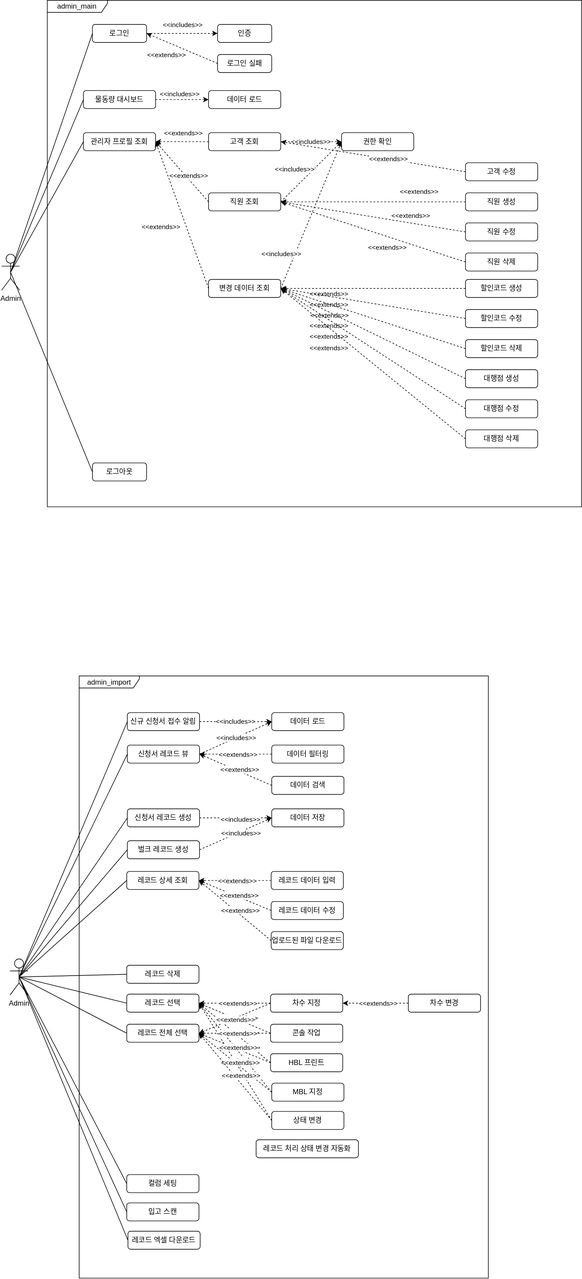
Earlier version of the draw.io export documents/wise_express_usecase.svg (cjungwo/WiseExpressAdminBackend). Source tidied: cells renumbered, new cells last; positions are measured from the earlier drawing's top-left corner, leaving out a move shared by most shapes.
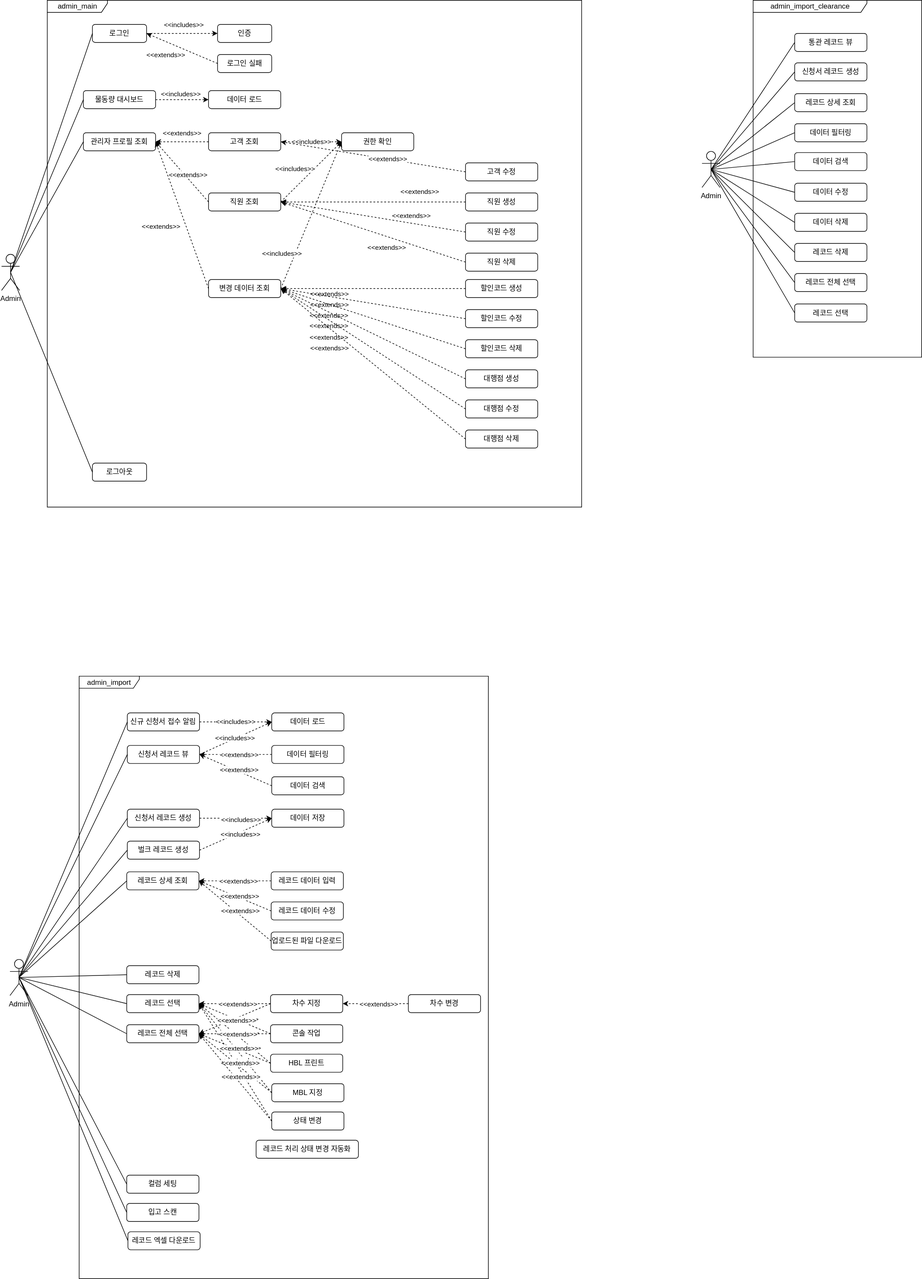
After the change.

Commit message:
#7 - 관리자 사이트 수입 통관 추가: wise_express_usecase.svg

The edit, as a diff of the source:
```diff
@@ -238,6 +238,42 @@
         <mxPoint x="-48" y="61" as="offset" />
       </mxGeometry>
     </mxCell>
+    <mxCell id="151" value="Admin" style="shape=umlActor;verticalLabelPosition=bottom;verticalAlign=top;html=1;outlineConnect=0;" parent="1" vertex="1">
+      <mxGeometry x="1164" y="251" width="30" height="60" as="geometry" />
+    </mxCell>
+    <mxCell id="152" value="admin_import_clearance" style="shape=umlFrame;whiteSpace=wrap;html=1;width=189;height=20;" parent="1" vertex="1">
+      <mxGeometry x="1249" width="280" height="593" as="geometry" />
+    </mxCell>
+    <mxCell id="153" value="통관 레코드 뷰" style="rounded=1;whiteSpace=wrap;html=1;" parent="152" vertex="1">
+      <mxGeometry x="69" y="55" width="120" height="30" as="geometry" />
+    </mxCell>
+    <mxCell id="154" value="신청서 레코드 생성" style="rounded=1;whiteSpace=wrap;html=1;" parent="152" vertex="1">
+      <mxGeometry x="69" y="104" width="120" height="30" as="geometry" />
+    </mxCell>
+    <mxCell id="155" value="데이터 필터링" style="rounded=1;whiteSpace=wrap;html=1;" parent="152" vertex="1">
+      <mxGeometry x="69" y="205" width="120" height="30" as="geometry" />
+    </mxCell>
+    <mxCell id="156" value="레코드 상세 조회" style="rounded=1;whiteSpace=wrap;html=1;" parent="152" vertex="1">
+      <mxGeometry x="69" y="155" width="120" height="30" as="geometry" />
+    </mxCell>
+    <mxCell id="157" value="데이터 검색" style="rounded=1;whiteSpace=wrap;html=1;" parent="152" vertex="1">
+      <mxGeometry x="69" y="253" width="120" height="30" as="geometry" />
+    </mxCell>
+    <mxCell id="158" value="데이터 수정" style="rounded=1;whiteSpace=wrap;html=1;" parent="152" vertex="1">
+      <mxGeometry x="69" y="304" width="120" height="30" as="geometry" />
+    </mxCell>
+    <mxCell id="159" value="데이터 삭제" style="rounded=1;whiteSpace=wrap;html=1;" parent="152" vertex="1">
+      <mxGeometry x="69" y="354" width="120" height="30" as="geometry" />
+    </mxCell>
+    <mxCell id="160" value="레코드 삭제" style="rounded=1;whiteSpace=wrap;html=1;" parent="152" vertex="1">
+      <mxGeometry x="69" y="404" width="120" height="30" as="geometry" />
+    </mxCell>
+    <mxCell id="161" value="레코드 전체 선택" style="rounded=1;whiteSpace=wrap;html=1;" parent="152" vertex="1">
+      <mxGeometry x="69" y="454" width="120" height="30" as="geometry" />
+    </mxCell>
+    <mxCell id="162" value="레코드 선택" style="rounded=1;whiteSpace=wrap;html=1;" parent="152" vertex="1">
+      <mxGeometry x="69" y="504.5" width="120" height="30" as="geometry" />
+    </mxCell>
     <mxCell id="70" style="rounded=0;jettySize=auto;html=1;exitX=0;exitY=0.5;exitDx=0;exitDy=0;entryX=0.5;entryY=0.5;entryDx=0;entryDy=0;entryPerimeter=0;endArrow=none;endFill=0;" parent="1" edge="1" source="7" target="2">
       <mxGeometry relative="1" as="geometry" />
     </mxCell>
@@ -516,5 +552,35 @@
     <mxCell id="150" style="edgeStyle=none;rounded=0;jettySize=auto;html=1;entryX=0.5;entryY=0.5;entryDx=0;entryDy=0;entryPerimeter=0;endArrow=none;endFill=0;exitX=0;exitY=0.5;exitDx=0;exitDy=0;" parent="1" edge="1" source="76" target="71">
       <mxGeometry relative="1" as="geometry" />
     </mxCell>
+    <mxCell id="163" style="edgeStyle=none;rounded=0;jettySize=auto;html=1;exitX=0;exitY=0.5;exitDx=0;exitDy=0;entryX=0.5;entryY=0.5;entryDx=0;entryDy=0;entryPerimeter=0;endArrow=none;endFill=0;" parent="1" edge="1" source="153" target="151">
+      <mxGeometry relative="1" as="geometry" />
+    </mxCell>
+    <mxCell id="164" style="edgeStyle=none;rounded=0;jettySize=auto;html=1;exitX=0;exitY=0.5;exitDx=0;exitDy=0;entryX=0.5;entryY=0.5;entryDx=0;entryDy=0;entryPerimeter=0;endArrow=none;endFill=0;" parent="1" edge="1" source="154" target="151">
+      <mxGeometry relative="1" as="geometry" />
+    </mxCell>
+    <mxCell id="165" style="edgeStyle=none;rounded=0;jettySize=auto;html=1;exitX=0;exitY=0.5;exitDx=0;exitDy=0;entryX=0.5;entryY=0.5;entryDx=0;entryDy=0;entryPerimeter=0;endArrow=none;endFill=0;" parent="1" edge="1" source="156" target="151">
+      <mxGeometry relative="1" as="geometry" />
+    </mxCell>
+    <mxCell id="166" style="edgeStyle=none;rounded=0;jettySize=auto;html=1;exitX=0;exitY=0.5;exitDx=0;exitDy=0;entryX=0.5;entryY=0.5;entryDx=0;entryDy=0;entryPerimeter=0;endArrow=none;endFill=0;" parent="1" edge="1" source="155" target="151">
+      <mxGeometry relative="1" as="geometry" />
+    </mxCell>
+    <mxCell id="167" style="edgeStyle=none;rounded=0;jettySize=auto;html=1;exitX=0;exitY=0.5;exitDx=0;exitDy=0;entryX=0.5;entryY=0.5;entryDx=0;entryDy=0;entryPerimeter=0;endArrow=none;endFill=0;" parent="1" edge="1" source="157" target="151">
+      <mxGeometry relative="1" as="geometry" />
+    </mxCell>
+    <mxCell id="168" style="edgeStyle=none;rounded=0;jettySize=auto;html=1;exitX=0;exitY=0.5;exitDx=0;exitDy=0;entryX=0.5;entryY=0.5;entryDx=0;entryDy=0;entryPerimeter=0;endArrow=none;endFill=0;" parent="1" edge="1" source="158" target="151">
+      <mxGeometry relative="1" as="geometry" />
+    </mxCell>
+    <mxCell id="169" style="edgeStyle=none;rounded=0;jettySize=auto;html=1;exitX=0;exitY=0.5;exitDx=0;exitDy=0;entryX=0.5;entryY=0.5;entryDx=0;entryDy=0;entryPerimeter=0;endArrow=none;endFill=0;" parent="1" edge="1" source="159" target="151">
+      <mxGeometry relative="1" as="geometry" />
+    </mxCell>
+    <mxCell id="170" style="edgeStyle=none;rounded=0;jettySize=auto;html=1;exitX=0;exitY=0.5;exitDx=0;exitDy=0;entryX=0.5;entryY=0.5;entryDx=0;entryDy=0;entryPerimeter=0;endArrow=none;endFill=0;" parent="1" edge="1" source="160" target="151">
+      <mxGeometry relative="1" as="geometry" />
+    </mxCell>
+    <mxCell id="171" style="edgeStyle=none;rounded=0;jettySize=auto;html=1;exitX=0;exitY=0.5;exitDx=0;exitDy=0;entryX=0.5;entryY=0.5;entryDx=0;entryDy=0;entryPerimeter=0;endArrow=none;endFill=0;" parent="1" edge="1" source="161" target="151">
+      <mxGeometry relative="1" as="geometry" />
+    </mxCell>
+    <mxCell id="172" style="edgeStyle=none;rounded=0;jettySize=auto;html=1;exitX=0;exitY=0.5;exitDx=0;exitDy=0;entryX=0.5;entryY=0.5;entryDx=0;entryDy=0;entryPerimeter=0;endArrow=none;endFill=0;" parent="1" edge="1" source="162" target="151">
+      <mxGeometry relative="1" as="geometry" />
+    </mxCell>
   </root>
 </mxGraphModel>
```
